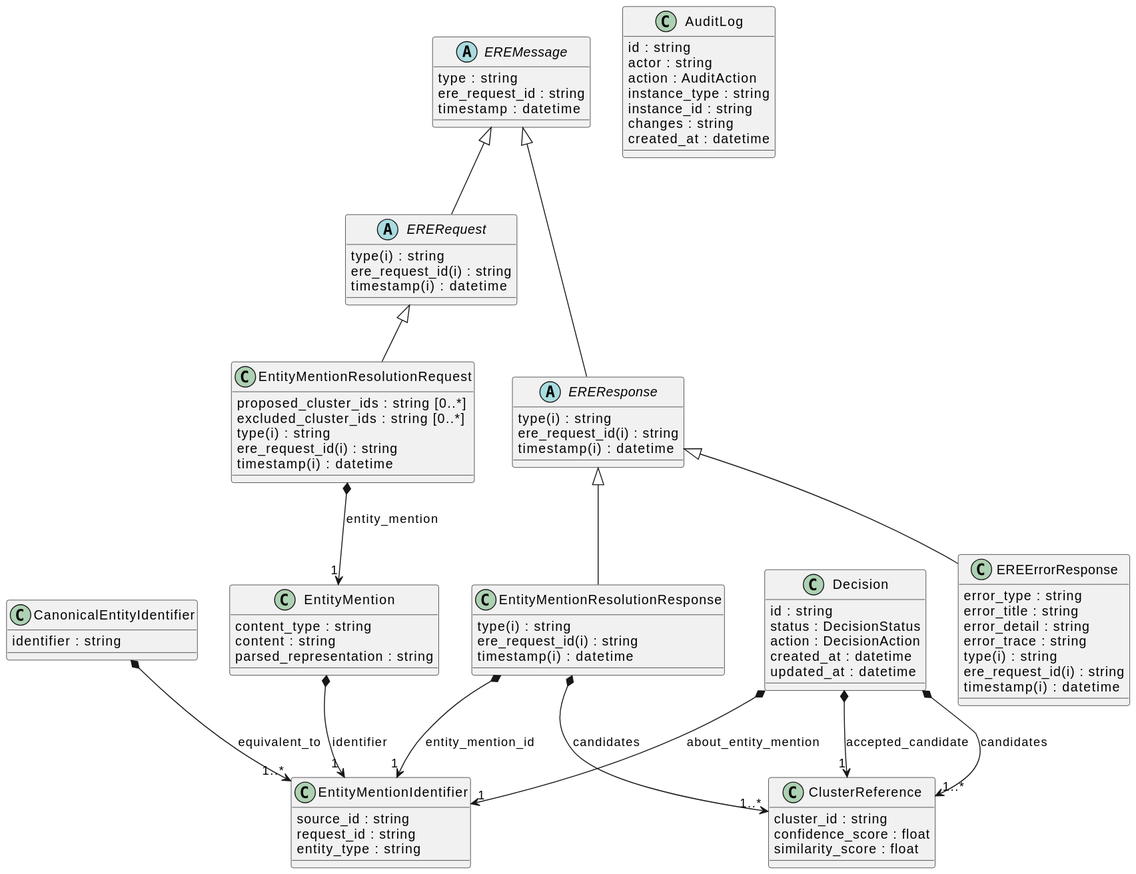
Before: docs/schema/EreServiceSchema.svg, a diagram exported from PlantUML (OP-TED/entity-resolution-spec).
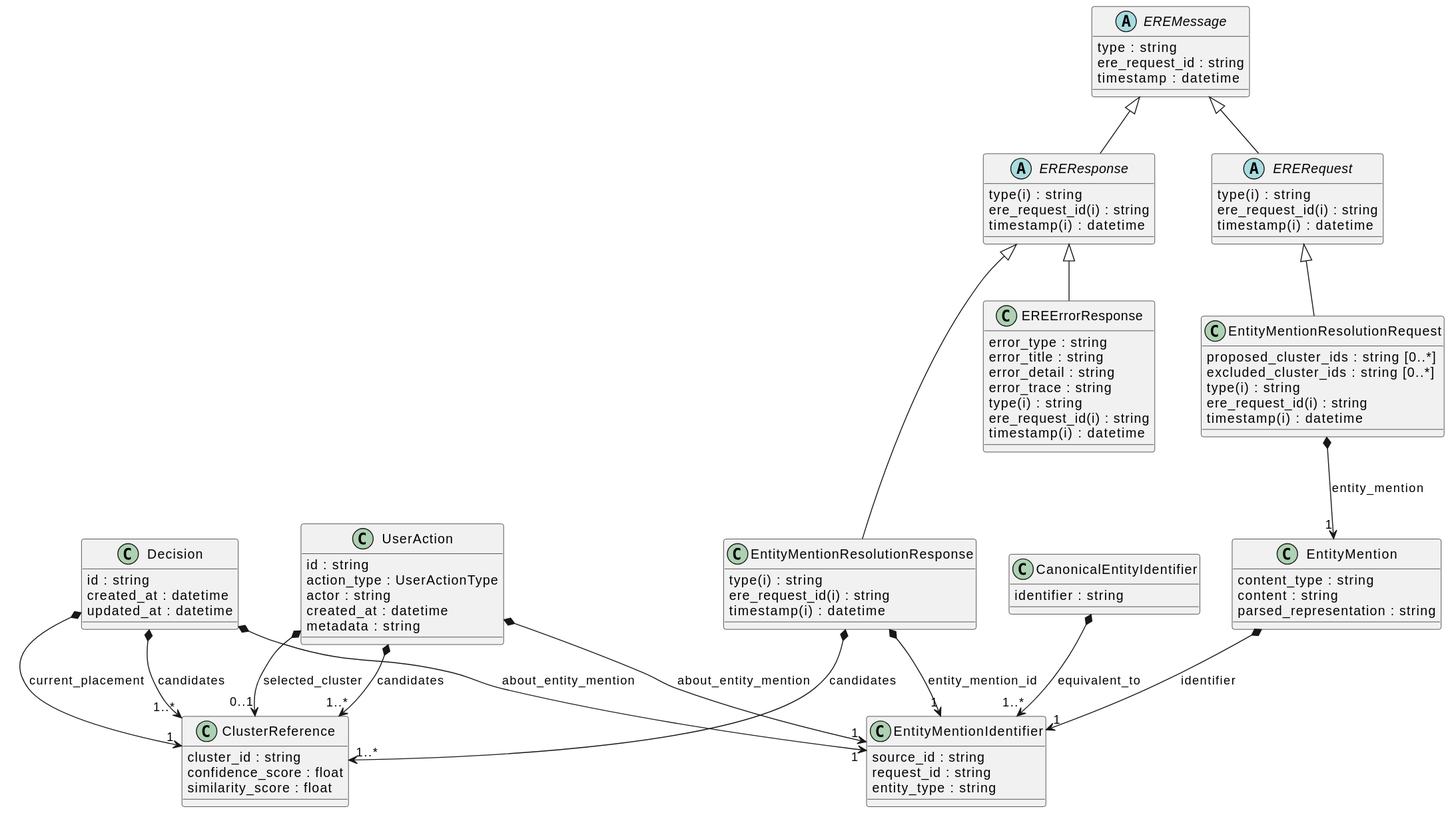
The same diagram one commit later.

Change to the diagram source:
```diff
@@ -1,16 +1,29 @@
 @startuml
-class "CanonicalEntityIdentifier" [[{A logical identity construct providing a stable identity anchor.}]] {
-    {field} identifier : string
+class "UserAction" [[{Immutable record of a curator action on an entity mention resolution.}]] {
+    {field} id : string
+    {field} action_type : UserActionType
+    {field} actor : string
+    {field} created_at : datetime
+    {field} metadata : string
+}
+class "ClusterReference" [[{A reference to a cluster to which an entity is deemed to belong, with an associated confidence and similarity scores.}]] {
+    {field} cluster_id : string
+    {field} confidence_score : float
+    {field} similarity_score : float
 }
 class "EntityMentionIdentifier" [[{A container that groups the attributes needed to identify an entity mention in a resolution request}]] {
     {field} source_id : string
     {field} request_id : string
     {field} entity_type : string
 }
-class "Decision" [[{Aggregate root representing a resolution decision requiring curation.}]] {
+"UserAction" *--> "0..1" "ClusterReference" : "selected_cluster"
+"UserAction" *--> "1..*" "ClusterReference" : "candidates"
+"UserAction" *--> "1" "EntityMentionIdentifier" : "about_entity_mention"
+class "CanonicalEntityIdentifier" [[{A logical identity construct providing a stable identity anchor.}]] {
+    {field} identifier : string
+}
+class "Decision" [[{Canonical placement of an entity mention to a cluster.}]] {
     {field} id : string
-    {field} status : DecisionStatus
-    {field} action : DecisionAction
     {field} created_at : datetime
     {field} updated_at : datetime
 }
@@ -28,11 +41,6 @@
 "Decision" *--> "1" "EntityMentionIdentifier" : "about_entity_mention"
 "EntityMentionResolutionResponse" *--> "1" "EntityMentionIdentifier" : "entity_mention_id"
 "EntityMention" *--> "1" "EntityMentionIdentifier" : "identifier"
-class "ClusterReference" [[{A reference to a cluster to which an entity is deemed to belong, with an associated confidence and similarity scores.}]] {
-    {field} cluster_id : string
-    {field} confidence_score : float
-    {field} similarity_score : float
-}
 abstract "EREResponse" [[{Root class to represent all the responses sent by the ERE.}]] {
     {field} type(i) : string
     {field} ere_request_id(i) : string
@@ -72,14 +80,5 @@
 "EREMessage" ^-- "EREResponse"
 "EREMessage" ^-- "ERERequest"
 "Decision" *--> "1..*" "ClusterReference" : "candidates"
-"Decision" *--> "1" "ClusterReference" : "accepted_candidate"
-class "AuditLog" [[{Audit trail entry for curation actions}]] {
-    {field} id : string
-    {field} actor : string
-    {field} action : AuditAction
-    {field} instance_type : string
-    {field} instance_id : string
-    {field} changes : string
-    {field} created_at : datetime
-}
+"Decision" *--> "1" "ClusterReference" : "current_placement"
 @enduml
```
